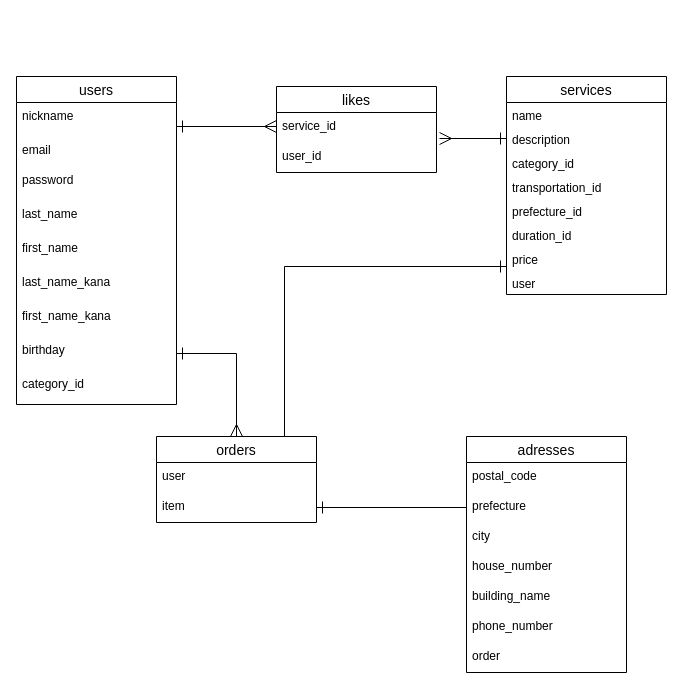
Earlier version of the draw.io diagram sharelife.dio (masa-bot1/sharelife). Source tidied: cells renumbered, new cells numbered last; positions are measured from the earlier drawing's top-left corner, leaving out a move shared by most shapes. Both pictures are drawn from the tidied source at 100%, with x=0, y=0 at pixel (16, 76).
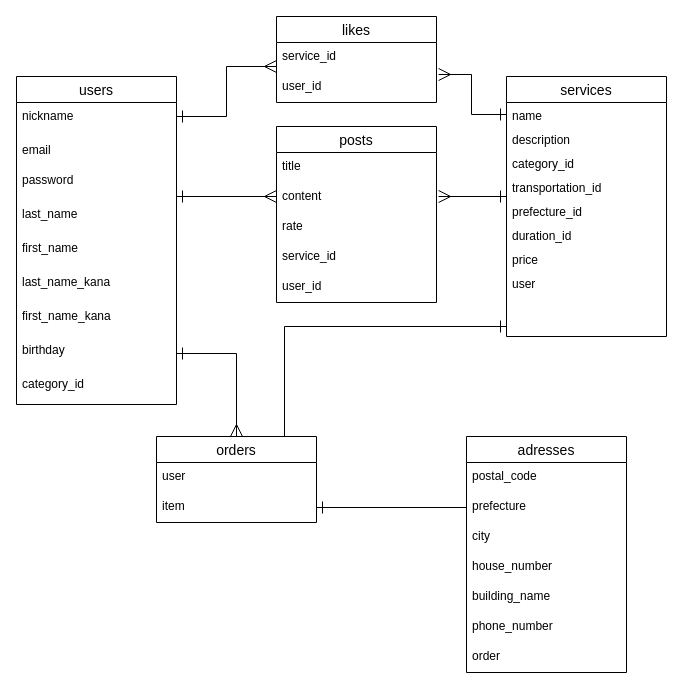
The same diagram, later.

Commit message:
ER図にpostsテーブル追加

Unchanged cells that the change refers to:
```xml
<mxCell id="13" value="name" style="text;strokeColor=none;fillColor=none;spacingLeft=4;spacingRight=4;overflow=hidden;points=[[0,0.5],[1,0.5]];portConstraint=eastwest;fontSize=12;" parent="12" vertex="1">
  <mxGeometry y="26" width="160" height="24" as="geometry" />
</mxCell>
<mxCell id="14" value="description" style="text;strokeColor=none;fillColor=none;spacingLeft=4;spacingRight=4;overflow=hidden;points=[[0,0.5],[1,0.5]];portConstraint=eastwest;fontSize=12;" parent="12" vertex="1">
  <mxGeometry y="50" width="160" height="24" as="geometry" />
</mxCell>
<mxCell id="36" value="user_id" style="text;strokeColor=none;fillColor=none;spacingLeft=4;spacingRight=4;overflow=hidden;points=[[0,0.5],[1,0.5]];portConstraint=eastwest;fontSize=12;" parent="34" vertex="1">
  <mxGeometry y="56" width="160" height="30" as="geometry" />
</mxCell>
```

The edit, as a diff of the source:
```diff
@@
     <mxCell id="12" value="services" style="swimlane;fontStyle=0;horizontal=1;startSize=26;align=center;fontSize=14;" parent="1" vertex="1">
-      <mxGeometry x="490" width="160" height="218" as="geometry" />
+      <mxGeometry x="490" width="160" height="260" as="geometry" />
     </mxCell>
@@
     <mxCell id="20" value="user" style="text;strokeColor=none;fillColor=none;spacingLeft=4;spacingRight=4;overflow=hidden;fontSize=12;" parent="12" vertex="1">
-      <mxGeometry y="194" width="160" height="24" as="geometry" />
+      <mxGeometry y="194" width="160" height="66" as="geometry" />
     </mxCell>
@@
     <mxCell id="34" value="likes" style="swimlane;fontStyle=0;horizontal=1;startSize=26;align=center;fontSize=14;" parent="1" vertex="1">
-      <mxGeometry x="260" y="10" width="160" height="86" as="geometry" />
+      <mxGeometry x="260" y="-60" width="160" height="86" as="geometry" />
     </mxCell>
@@
     <mxCell id="37" style="edgeStyle=orthogonalEdgeStyle;rounded=0;orthogonalLoop=1;jettySize=auto;html=1;endArrow=none;endFill=0;endSize=10;startArrow=ERone;startFill=0;startSize=10;exitX=0;exitY=0.5;exitDx=0;exitDy=0;" parent="1" edge="1">
       <mxGeometry relative="1" as="geometry">
-        <mxPoint x="490" y="190" as="sourcePoint" />
+        <mxPoint x="490" y="250" as="sourcePoint" />
         <mxPoint x="268" y="360" as="targetPoint" />
         <Array as="points">
-          <mxPoint x="268" y="190" />
+          <mxPoint x="268" y="250" />
         </Array>
       </mxGeometry>
     </mxCell>
     <mxCell id="38" style="edgeStyle=orthogonalEdgeStyle;rounded=0;orthogonalLoop=1;jettySize=auto;html=1;exitX=1;exitY=0.5;exitDx=0;exitDy=0;endArrow=ERmany;endFill=0;endSize=10;startArrow=ERone;startFill=0;startSize=10;" parent="1" edge="1">
       <mxGeometry relative="1" as="geometry">
-        <mxPoint x="160" y="50" as="sourcePoint" />
-        <mxPoint x="260" y="50" as="targetPoint" />
+        <mxPoint x="160" y="40" as="sourcePoint" />
+        <mxPoint x="260" y="-10" as="targetPoint" />
+        <Array as="points">
+          <mxPoint x="210" y="40" />
+          <mxPoint x="210" y="-10" />
+          <mxPoint x="260" y="-10" />
+        </Array>
       </mxGeometry>
     </mxCell>
-    <mxCell id="39" style="edgeStyle=orthogonalEdgeStyle;rounded=0;jettySize=auto;html=1;entryX=1.019;entryY=-0.133;entryDx=0;entryDy=0;entryPerimeter=0;startArrow=ERone;startFill=0;startSize=10;endArrow=ERmany;endFill=0;endSize=10;" parent="1" edge="1" source="14" target="36">
-      <mxGeometry relative="1" as="geometry" />
-    </mxCell>
+    <mxCell id="40" value="posts" style="swimlane;fontStyle=0;horizontal=1;startSize=26;align=center;fontSize=14;" parent="1" vertex="1">
+      <mxGeometry x="260" y="50" width="160" height="176" as="geometry" />
+    </mxCell>
+    <mxCell id="41" value="title" style="text;strokeColor=none;fillColor=none;spacingLeft=4;spacingRight=4;overflow=hidden;fontSize=12;" parent="40" vertex="1">
+      <mxGeometry y="26" width="160" height="30" as="geometry" />
+    </mxCell>
+    <mxCell id="42" value="content" style="text;strokeColor=none;fillColor=none;spacingLeft=4;spacingRight=4;overflow=hidden;fontSize=12;" parent="40" vertex="1">
+      <mxGeometry y="56" width="160" height="30" as="geometry" />
+    </mxCell>
+    <mxCell id="43" value="rate" style="text;strokeColor=none;fillColor=none;spacingLeft=4;spacingRight=4;overflow=hidden;fontSize=12;" parent="40" vertex="1">
+      <mxGeometry y="86" width="160" height="30" as="geometry" />
+    </mxCell>
+    <mxCell id="44" value="service_id" style="text;strokeColor=none;fillColor=none;spacingLeft=4;spacingRight=4;overflow=hidden;fontSize=12;" parent="40" vertex="1">
+      <mxGeometry y="116" width="160" height="30" as="geometry" />
+    </mxCell>
+    <mxCell id="45" value="user_id" style="text;strokeColor=none;fillColor=none;spacingLeft=4;spacingRight=4;overflow=hidden;fontSize=12;" parent="40" vertex="1">
+      <mxGeometry y="146" width="160" height="30" as="geometry" />
+    </mxCell>
+    <mxCell id="46" style="edgeStyle=orthogonalEdgeStyle;rounded=0;jettySize=auto;html=1;exitX=0;exitY=0.5;exitDx=0;exitDy=0;entryX=1.013;entryY=0.067;entryDx=0;entryDy=0;entryPerimeter=0;endSize=10;startSize=10;endArrow=ERmany;endFill=0;startArrow=ERone;startFill=0;" parent="1" edge="1" source="13" target="36">
+      <mxGeometry relative="1" as="geometry" />
+    </mxCell>
+    <mxCell id="47" style="edgeStyle=orthogonalEdgeStyle;rounded=0;orthogonalLoop=1;jettySize=auto;html=1;exitX=0;exitY=0.5;exitDx=0;exitDy=0;entryX=1.013;entryY=0.067;entryDx=0;entryDy=0;entryPerimeter=0;endSize=10;startSize=10;endArrow=ERmany;endFill=0;startArrow=ERone;startFill=0;" parent="1" edge="1">
+      <mxGeometry relative="1" as="geometry">
+        <mxPoint x="490" y="120" as="sourcePoint" />
+        <mxPoint x="422.1" y="120" as="targetPoint" />
+      </mxGeometry>
+    </mxCell>
+    <mxCell id="48" style="edgeStyle=orthogonalEdgeStyle;rounded=0;orthogonalLoop=1;jettySize=auto;html=1;exitX=1;exitY=0.5;exitDx=0;exitDy=0;endArrow=ERmany;endFill=0;endSize=10;startArrow=ERone;startFill=0;startSize=10;" parent="1" edge="1">
+      <mxGeometry relative="1" as="geometry">
+        <mxPoint x="160" y="120" as="sourcePoint" />
+        <mxPoint x="260" y="120" as="targetPoint" />
+      </mxGeometry>
+    </mxCell>
```
